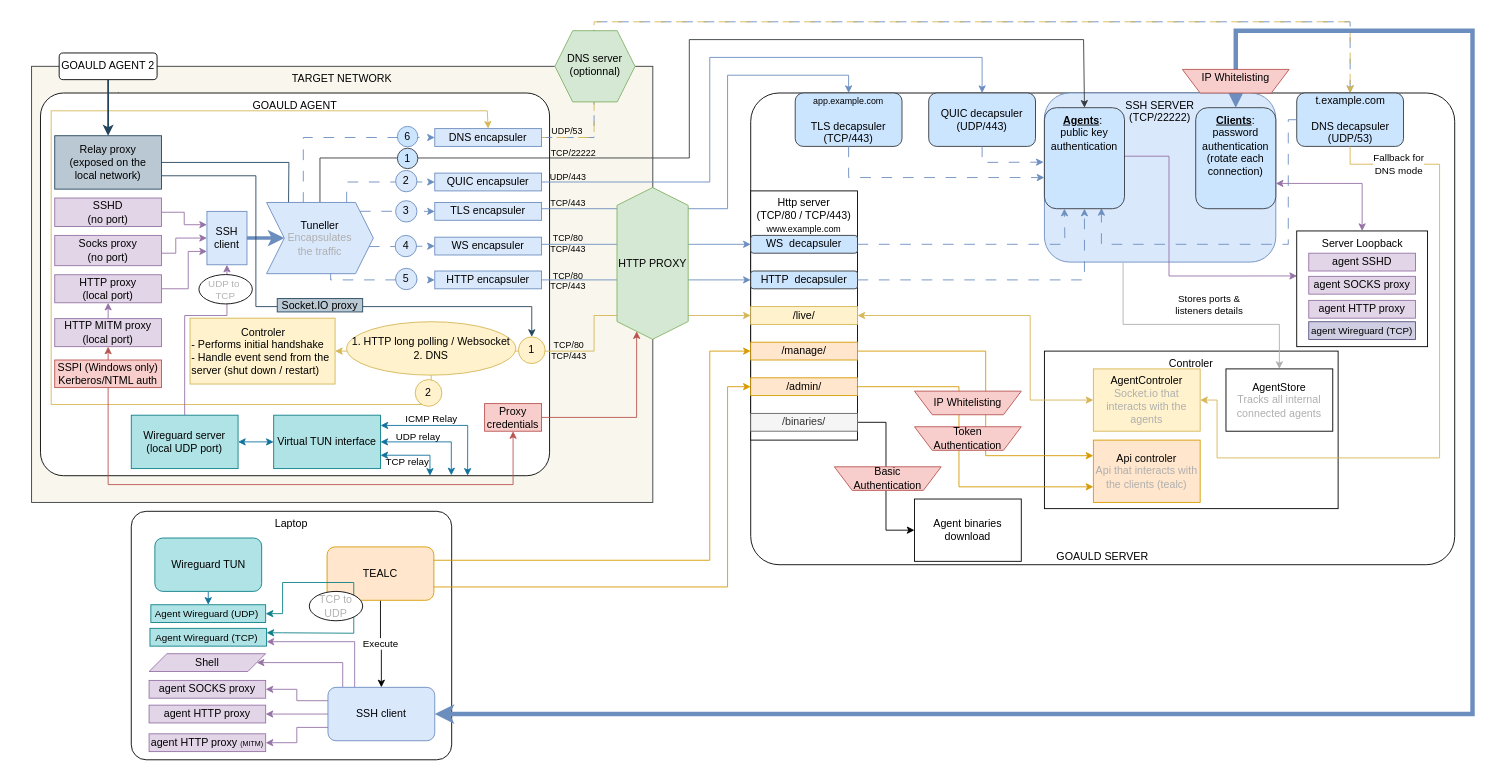
The draw.io diagram page "Copie de Page-1" (1 of 3) of img/Goauld.drawio in Hazegard/Goauld, before the edit. Source tidied: cells renumbered, new cells numbered last; positions are measured from the earlier drawing's top-left corner, leaving out a move shared by most shapes. Both pictures are drawn from the tidied source at 89%, with x=0, y=0 at pixel (31, 21).
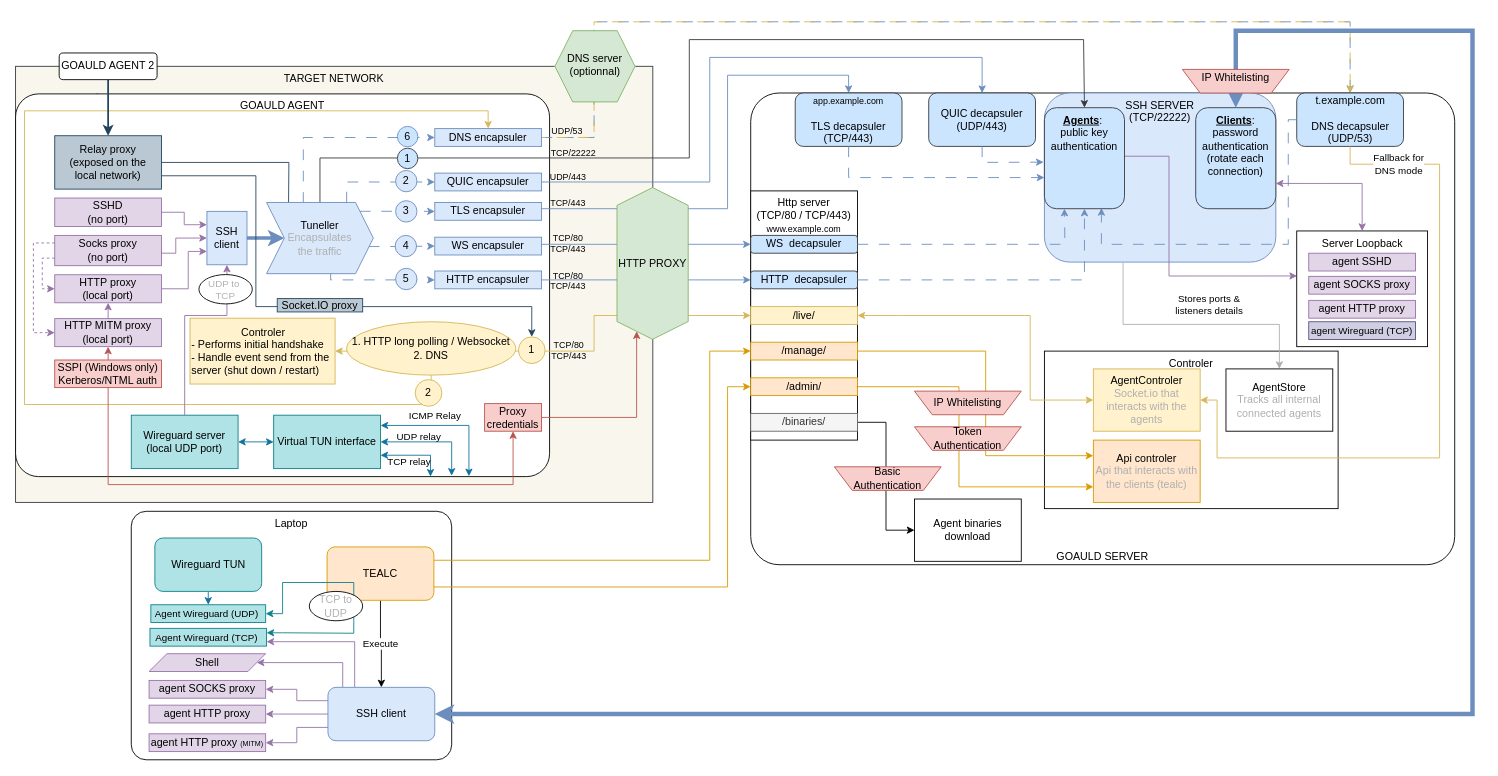
Above is the later version.

Unchanged cells that the change refers to:
```xml
<mxCell id="37" value="Socks proxy&lt;div&gt;(no port)&lt;/div&gt;" style="rounded=0;whiteSpace=wrap;html=1;fillColor=#e1d5e7;strokeColor=#9673a6;" parent="1" vertex="1">
  <mxGeometry x="26" y="240" width="120" height="34" as="geometry" />
</mxCell>
<mxCell id="39" value="HTTP proxy&lt;div&gt;(local port)&lt;/div&gt;" style="rounded=0;whiteSpace=wrap;html=1;fillColor=#e1d5e7;strokeColor=#9673a6;" parent="1" vertex="1">
  <mxGeometry x="26" y="284.2" width="120" height="31.5" as="geometry" />
</mxCell>
<mxCell id="54" value="DNS encapsuler" style="rounded=0;whiteSpace=wrap;html=1;fillColor=#dae8fc;strokeColor=#6c8ebf;" parent="1" vertex="1">
  <mxGeometry x="453" y="120" width="120" height="20" as="geometry" />
</mxCell>
<mxCell id="66" value="1. HTTP long polling&amp;nbsp;&lt;span style=&quot;background-color: transparent; color: light-dark(rgb(0, 0, 0), rgb(255, 255, 255));&quot;&gt;/ Websocket&lt;/span&gt;&lt;div&gt;&lt;span style=&quot;background-color: transparent; color: light-dark(rgb(0, 0, 0), rgb(255, 255, 255));&quot;&gt;2. DNS&lt;/span&gt;&lt;/div&gt;" style="ellipse;whiteSpace=wrap;html=1;fillColor=#fff2cc;strokeColor=#d6b656;" parent="1" vertex="1">
  <mxGeometry x="354" y="337" width="190" height="60" as="geometry" />
</mxCell>
<mxCell id="113" value="Virtual TUN interface" style="rounded=0;whiteSpace=wrap;html=1;fillColor=#b0e3e6;strokeColor=#0e8088;" parent="1" vertex="1">
  <mxGeometry x="272" y="442" width="120" height="60" as="geometry" />
</mxCell>
<mxCell id="136" value="HTTP MITM proxy&lt;div&gt;(local port)&lt;/div&gt;" style="rounded=0;whiteSpace=wrap;html=1;fillColor=#e1d5e7;strokeColor=#9673a6;" parent="1" vertex="1">
  <mxGeometry x="26" y="333.5" width="120" height="31.5" as="geometry" />
</mxCell>
```

What changed in the source:
```diff
@@
     <mxCell id="2" value="TARGET NETWORK" style="rounded=0;whiteSpace=wrap;html=1;verticalAlign=top;fillColor=#f9f7ed;strokeColor=#36393d;" parent="1" vertex="1">
-      <mxGeometry y="50" width="698" height="490" as="geometry" />
+      <mxGeometry x="-18" y="50" width="716" height="490" as="geometry" />
     </mxCell>
@@
     <mxCell id="33" value="GOAULD AGENT" style="rounded=1;whiteSpace=wrap;html=1;verticalAlign=top;arcSize=6;" parent="1" vertex="1">
-      <mxGeometry x="10" y="80" width="572" height="430" as="geometry" />
+      <mxGeometry x="-18" y="81" width="600" height="430" as="geometry" />
     </mxCell>
@@
+    <mxCell id="149" style="edgeStyle=orthogonalEdgeStyle;rounded=0;jettySize=auto;html=1;exitX=0;exitY=0.75;exitDx=0;exitDy=0;entryX=0;entryY=0.5;entryDx=0;entryDy=0;dashed=1;fillColor=#e1d5e7;strokeColor=#9673a6;" parent="1" edge="1" source="37" target="39">
+      <mxGeometry relative="1" as="geometry">
+        <Array as="points">
+          <mxPoint x="12" y="266" />
+          <mxPoint x="12" y="300" />
+        </Array>
+      </mxGeometry>
+    </mxCell>
+    <mxCell id="150" style="edgeStyle=orthogonalEdgeStyle;rounded=0;jettySize=auto;html=1;exitX=0;exitY=0.25;exitDx=0;exitDy=0;entryX=0;entryY=0.5;entryDx=0;entryDy=0;fillColor=#e1d5e7;strokeColor=#9673a6;dashed=1;" parent="1" edge="1" source="37" target="136">
+      <mxGeometry relative="1" as="geometry">
+        <Array as="points">
+          <mxPoint x="2" y="249" />
+          <mxPoint x="2" y="349" />
+        </Array>
+      </mxGeometry>
+    </mxCell>
@@
     <mxCell id="65" style="edgeStyle=orthogonalEdgeStyle;rounded=0;jettySize=auto;html=1;exitX=0.5;exitY=1;exitDx=0;exitDy=0;entryX=0.5;entryY=0;entryDx=0;entryDy=0;fillColor=#fff2cc;strokeColor=#d6b656;" parent="1" edge="1" source="66" target="54">
       <mxGeometry relative="1" as="geometry">
         <Array as="points">
           <mxPoint x="449" y="430" />
-          <mxPoint x="22" y="430" />
-          <mxPoint x="22" y="100" />
-          <mxPoint x="512" y="100" />
-          <mxPoint x="512" y="120" />
+          <mxPoint x="-8" y="430" />
+          <mxPoint x="-8" y="100" />
+          <mxPoint x="513" y="100" />
         </Array>
       </mxGeometry>
     </mxCell>
@@
-    <mxCell id="114" style="edgeStyle=orthogonalEdgeStyle;rounded=0;jettySize=auto;html=1;exitX=1.001;exitY=0.192;exitDx=0;exitDy=0;entryX=0.839;entryY=1;entryDx=0;entryDy=0;entryPerimeter=0;fillColor=#b1ddf0;strokeColor=#10739e;startArrow=classic;startFill=1;exitPerimeter=0;" parent="1" edge="1" source="113" target="33">
+    <mxCell id="114" style="edgeStyle=orthogonalEdgeStyle;rounded=0;jettySize=auto;html=1;exitX=1.001;exitY=0.192;exitDx=0;exitDy=0;entryX=0.849;entryY=0.999;entryDx=0;entryDy=0;entryPerimeter=0;fillColor=#b1ddf0;strokeColor=#10739e;startArrow=classic;startFill=1;exitPerimeter=0;" parent="1" edge="1" source="113" target="33">
       <mxGeometry relative="1" as="geometry">
         <Array as="points">
-          <mxPoint x="490" y="454" />
-          <mxPoint x="490" y="457" />
+          <mxPoint x="492" y="454" />
+          <mxPoint x="492" y="510" />
         </Array>
       </mxGeometry>
     </mxCell>
     <mxCell id="115" value="ICMP Relay" style="edgeLabel;html=1;align=center;verticalAlign=middle;" parent="114" vertex="1">
       <mxGeometry x="0.36" relative="1" as="geometry">
-        <mxPoint x="-41" y="-15" as="offset" />
+        <mxPoint x="-39" y="-18" as="offset" />
       </mxGeometry>
     </mxCell>
-    <mxCell id="116" style="edgeStyle=orthogonalEdgeStyle;rounded=0;jettySize=auto;html=1;exitX=1;exitY=0.5;exitDx=0;exitDy=0;fillColor=#b1ddf0;strokeColor=#10739e;startArrow=classic;startFill=1;entryX=0.807;entryY=0.999;entryDx=0;entryDy=0;entryPerimeter=0;" parent="1" edge="1" source="113" target="33">
+    <mxCell id="116" style="edgeStyle=orthogonalEdgeStyle;rounded=0;jettySize=auto;html=1;exitX=1;exitY=0.5;exitDx=0;exitDy=0;fillColor=#b1ddf0;strokeColor=#10739e;startArrow=classic;startFill=1;" parent="1" edge="1" source="113">
       <mxGeometry relative="1" as="geometry">
+        <mxPoint x="472" y="510" as="targetPoint" />
         <Array as="points">
           <mxPoint x="472" y="472" />
         </Array>
       </mxGeometry>
     </mxCell>
@@
-    <mxCell id="118" style="edgeStyle=orthogonalEdgeStyle;rounded=0;jettySize=auto;html=1;exitX=1;exitY=0.75;exitDx=0;exitDy=0;entryX=0.765;entryY=1;entryDx=0;entryDy=0;fillColor=#b1ddf0;strokeColor=#10739e;startArrow=classic;startFill=1;entryPerimeter=0;" parent="1" edge="1" source="113" target="33">
+    <mxCell id="118" style="edgeStyle=orthogonalEdgeStyle;rounded=0;jettySize=auto;html=1;exitX=1;exitY=0.75;exitDx=0;exitDy=0;entryX=0.777;entryY=1;entryDx=0;entryDy=0;fillColor=#b1ddf0;strokeColor=#10739e;startArrow=classic;startFill=1;entryPerimeter=0;" parent="1" edge="1" source="113" target="33">
       <mxGeometry relative="1" as="geometry">
         <Array as="points">
           <mxPoint x="448" y="487" />
         </Array>
       </mxGeometry>
     </mxCell>
```
